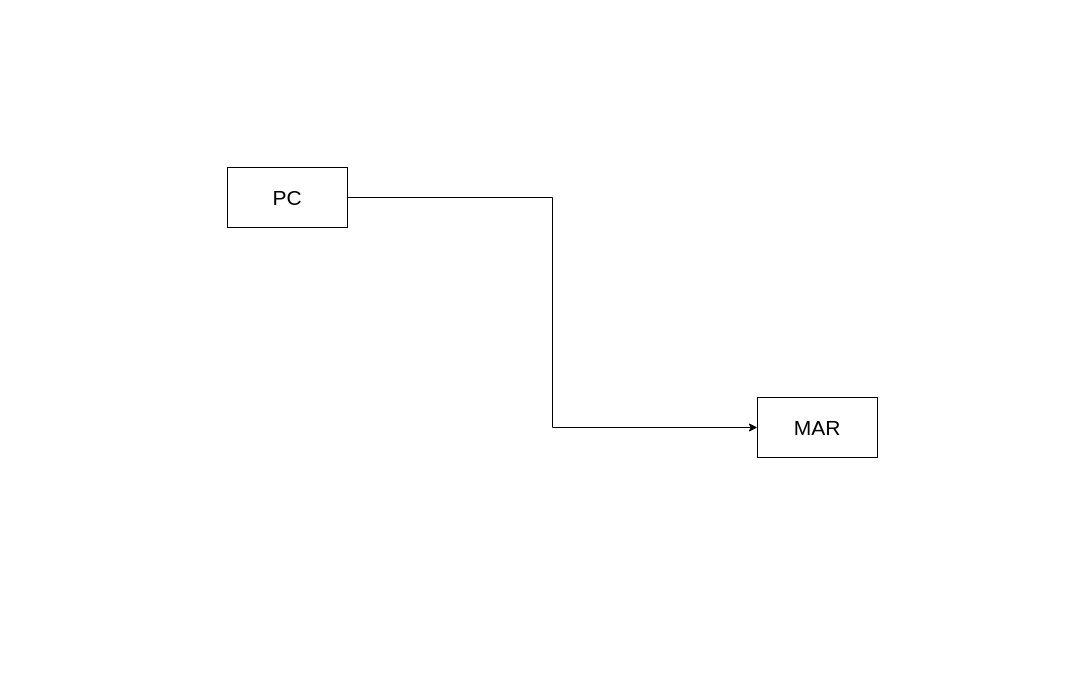
Earlier version of the draw.io diagram Datapath.drawio (D-Gaspa/Datapath-for-simple-CPU). Source tidied: cells renumbered, new cells numbered last; positions are measured from the earlier drawing's top-left corner, leaving out a move shared by most shapes. Both pictures are drawn from the tidied source at 100%, with x=0, y=0 at pixel (227, 167).
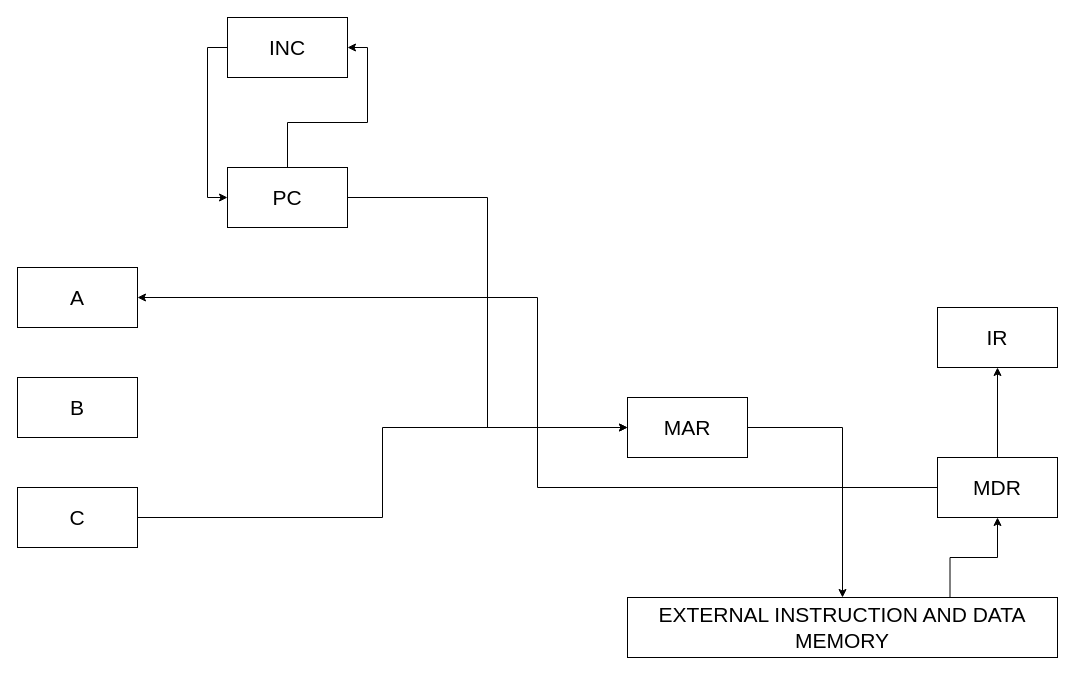
The same page after the edit.

The edit, as a diff of the source:
```diff
@@
+    <mxCell id="5" style="edgeStyle=orthogonalEdgeStyle;rounded=0;jettySize=auto;html=1;exitX=1;exitY=0.5;exitDx=0;exitDy=0;entryX=0.5;entryY=0;entryDx=0;entryDy=0;labelBackgroundColor=none;fontColor=default;" parent="1" edge="1" source="2" target="11">
+      <mxGeometry relative="1" as="geometry" />
+    </mxCell>
-    <mxCell id="2" value="MAR" style="rounded=0;whiteSpace=wrap;html=1;fontSize=21;fontFamily=Cambria;" parent="1" vertex="1">
-      <mxGeometry x="530" y="230" width="120" height="60" as="geometry" />
+    <mxCell id="2" value="MAR" style="rounded=0;whiteSpace=wrap;html=1;fontSize=21;fontFamily=Cambria;labelBackgroundColor=none;" parent="1" vertex="1">
+      <mxGeometry x="400" y="230" width="120" height="60" as="geometry" />
     </mxCell>
-    <mxCell id="3" style="edgeStyle=orthogonalEdgeStyle;rounded=0;jettySize=auto;html=1;entryX=0;entryY=0.5;entryDx=0;entryDy=0;" parent="1" edge="1" source="4" target="2">
+    <mxCell id="3" style="edgeStyle=orthogonalEdgeStyle;rounded=0;jettySize=auto;html=1;entryX=0;entryY=0.5;entryDx=0;entryDy=0;labelBackgroundColor=none;fontColor=default;" parent="1" edge="1" source="4" target="2">
       <mxGeometry relative="1" as="geometry" />
     </mxCell>
+    <mxCell id="6" style="edgeStyle=orthogonalEdgeStyle;rounded=0;jettySize=auto;html=1;entryX=1;entryY=0.5;entryDx=0;entryDy=0;labelBackgroundColor=none;fontColor=default;" parent="1" edge="1" source="4" target="14">
+      <mxGeometry relative="1" as="geometry" />
+    </mxCell>
-    <mxCell id="4" value="PC" style="rounded=0;whiteSpace=wrap;html=1;fontSize=21;fontFamily=Cambria;" parent="1" vertex="1">
+    <mxCell id="4" value="PC" style="rounded=0;whiteSpace=wrap;html=1;fontSize=21;fontFamily=Cambria;labelBackgroundColor=none;" parent="1" vertex="1">
       <mxGeometry width="120" height="60" as="geometry" />
     </mxCell>
+    <mxCell id="7" style="edgeStyle=orthogonalEdgeStyle;rounded=0;jettySize=auto;html=1;exitX=0.5;exitY=0;exitDx=0;exitDy=0;entryX=0.5;entryY=1;entryDx=0;entryDy=0;labelBackgroundColor=none;fontColor=default;" parent="1" edge="1" source="9" target="12">
+      <mxGeometry relative="1" as="geometry" />
+    </mxCell>
+    <mxCell id="8" style="edgeStyle=orthogonalEdgeStyle;rounded=0;jettySize=auto;html=1;exitX=0;exitY=0.5;exitDx=0;exitDy=0;entryX=1;entryY=0.5;entryDx=0;entryDy=0;labelBackgroundColor=none;fontColor=default;" parent="1" edge="1" source="9" target="15">
+      <mxGeometry relative="1" as="geometry" />
+    </mxCell>
+    <mxCell id="9" value="MDR" style="rounded=0;whiteSpace=wrap;html=1;fontSize=21;fontFamily=Cambria;labelBackgroundColor=none;" parent="1" vertex="1">
+      <mxGeometry x="710" y="290" width="120" height="60" as="geometry" />
+    </mxCell>
+    <mxCell id="10" style="edgeStyle=orthogonalEdgeStyle;rounded=0;jettySize=auto;html=1;exitX=0.75;exitY=0;exitDx=0;exitDy=0;entryX=0.5;entryY=1;entryDx=0;entryDy=0;labelBackgroundColor=none;fontColor=default;" parent="1" edge="1" source="11" target="9">
+      <mxGeometry relative="1" as="geometry" />
+    </mxCell>
+    <mxCell id="11" value="EXTERNAL INSTRUCTION AND DATA MEMORY" style="rounded=0;whiteSpace=wrap;html=1;fontSize=21;fontFamily=Cambria;labelBackgroundColor=none;" parent="1" vertex="1">
+      <mxGeometry x="400" y="430" width="430" height="60" as="geometry" />
+    </mxCell>
+    <mxCell id="12" value="IR" style="rounded=0;whiteSpace=wrap;html=1;fontSize=21;fontFamily=Cambria;labelBackgroundColor=none;" parent="1" vertex="1">
+      <mxGeometry x="710" y="140" width="120" height="60" as="geometry" />
+    </mxCell>
+    <mxCell id="13" style="edgeStyle=orthogonalEdgeStyle;rounded=0;jettySize=auto;html=1;entryX=0;entryY=0.5;entryDx=0;entryDy=0;labelBackgroundColor=none;fontColor=default;" parent="1" edge="1" source="14" target="4">
+      <mxGeometry relative="1" as="geometry">
+        <Array as="points">
+          <mxPoint x="-20" y="-120" />
+          <mxPoint x="-20" y="30" />
+        </Array>
+      </mxGeometry>
+    </mxCell>
+    <mxCell id="14" value="INC" style="rounded=0;whiteSpace=wrap;html=1;fontSize=21;fontFamily=Cambria;labelBackgroundColor=none;" parent="1" vertex="1">
+      <mxGeometry y="-150" width="120" height="60" as="geometry" />
+    </mxCell>
+    <mxCell id="15" value="A" style="rounded=0;whiteSpace=wrap;html=1;fontSize=21;fontFamily=Cambria;labelBackgroundColor=none;" parent="1" vertex="1">
+      <mxGeometry x="-210" y="100" width="120" height="60" as="geometry" />
+    </mxCell>
+    <mxCell id="16" value="B" style="rounded=0;whiteSpace=wrap;html=1;fontSize=21;fontFamily=Cambria;labelBackgroundColor=none;" parent="1" vertex="1">
+      <mxGeometry x="-210" y="210" width="120" height="60" as="geometry" />
+    </mxCell>
+    <mxCell id="17" style="edgeStyle=orthogonalEdgeStyle;rounded=0;jettySize=auto;html=1;entryX=0;entryY=0.5;entryDx=0;entryDy=0;" parent="1" edge="1" source="18" target="2">
+      <mxGeometry relative="1" as="geometry" />
+    </mxCell>
+    <mxCell id="18" value="C" style="rounded=0;whiteSpace=wrap;html=1;fontSize=21;fontFamily=Cambria;labelBackgroundColor=none;" parent="1" vertex="1">
+      <mxGeometry x="-210" y="320" width="120" height="60" as="geometry" />
+    </mxCell>
```
